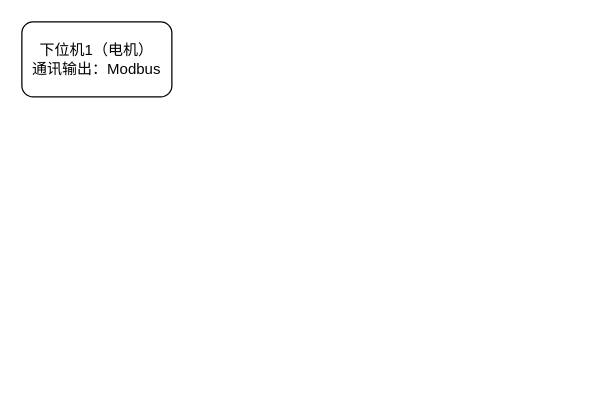
Above: 未命名绘图.drawio in fusu19/blog-pic (draw.io), before the change. Source tidied: cells renumbered, new cells numbered last; positions are measured from the earlier drawing's top-left corner, leaving out a move shared by most shapes. Both pictures are drawn from the tidied source at 125%, with x=0, y=0 at pixel (21, 21).
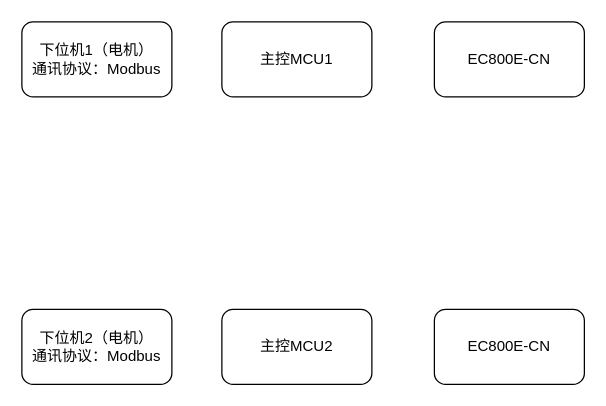
The same diagram, later.

Diff of the diagram source:
```diff
@@
 <mxGraphModel>
   <root>
     <mxCell id="0" />
     <mxCell id="1" parent="0" />
-    <mxCell id="2" value="下位机1（电机）&lt;br&gt;通讯输出：Modbus" style="rounded=1;whiteSpace=wrap;html=1;" parent="1" vertex="1">
+    <mxCell id="2" value="下位机1（电机）&lt;br&gt;通讯协议：Modbus" style="rounded=1;whiteSpace=wrap;html=1;" parent="1" vertex="1">
       <mxGeometry width="120" height="60" as="geometry" />
     </mxCell>
+    <mxCell id="3" value="下位机2（电机）&lt;br&gt;通讯协议：Modbus" style="rounded=1;whiteSpace=wrap;html=1;" parent="1" vertex="1">
+      <mxGeometry y="230" width="120" height="60" as="geometry" />
+    </mxCell>
+    <mxCell id="4" value="主控MCU1" style="rounded=1;whiteSpace=wrap;html=1;" parent="1" vertex="1">
+      <mxGeometry x="160" width="120" height="60" as="geometry" />
+    </mxCell>
+    <mxCell id="5" value="EC800E-CN" style="rounded=1;whiteSpace=wrap;html=1;" parent="1" vertex="1">
+      <mxGeometry x="330" width="120" height="60" as="geometry" />
+    </mxCell>
+    <mxCell id="6" value="主控MCU2" style="rounded=1;whiteSpace=wrap;html=1;" parent="1" vertex="1">
+      <mxGeometry x="160" y="230" width="120" height="60" as="geometry" />
+    </mxCell>
+    <mxCell id="7" value="EC800E-CN" style="rounded=1;whiteSpace=wrap;html=1;" parent="1" vertex="1">
+      <mxGeometry x="330" y="230" width="120" height="60" as="geometry" />
+    </mxCell>
   </root>
 </mxGraphModel>
```
